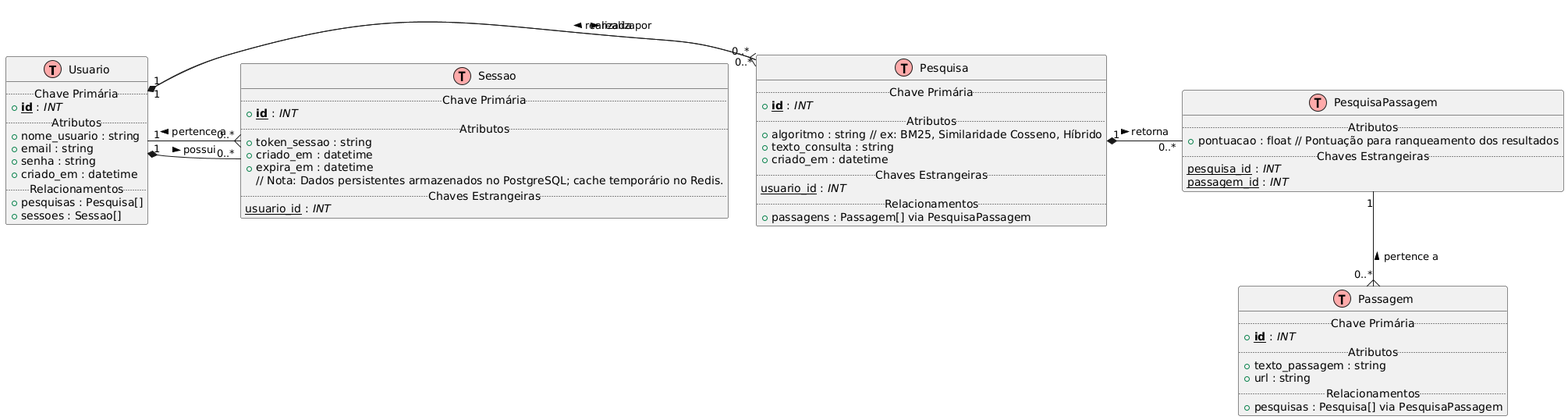
Earlier version of the PlantUML export docs/ER-Diagrama/output/erd.png (lpaulovale/TCC).
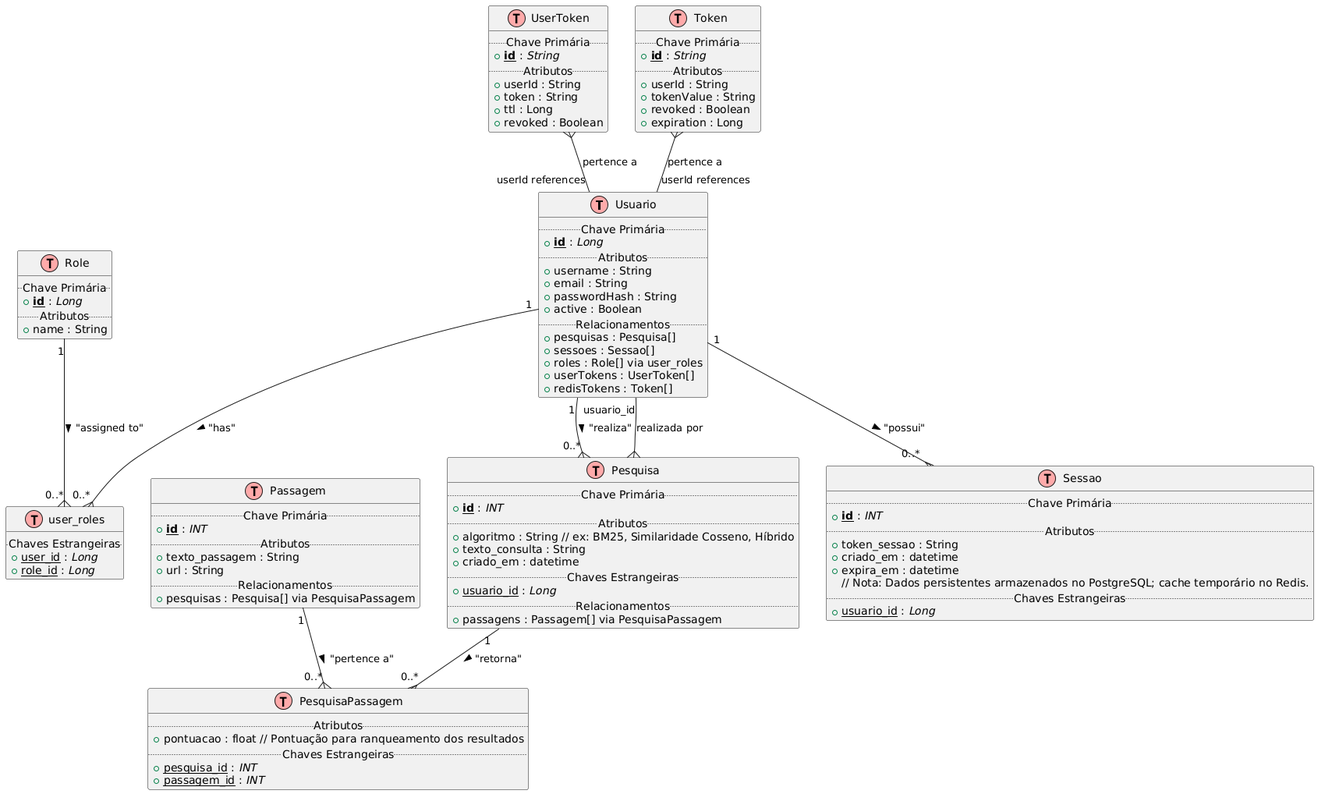
Later version of the same file.

Commit message:
[DOCS FILE] Atualização imagem e código

Change to the diagram source:
```diff
@@ -2,34 +2,73 @@
 !define Table(x) class x << (T,#FFAAAA) >>
 !define PrimaryKey(x, type) <b><u>x</u></b> : <i>type</i>
 !define ForeignKey(x, type) <u>x</u> : <i>type</i>
-!define OneToMany(x) "1" --{ "0..*" x
-!define ManyToOneDirected(x, direction) "0..*" }-direction- "1" x
-!define OneToManyDirected(x, direction) "1" -direction-{ "0..*" x
-!define CompositionOneToMany(x) "1" *-- "0..*" x
-!define CompositionOneToManyDirected(x, direction) "1" *-direction- "0..*" x
+
 
 Table(Usuario) {
   .. Chave Primária ..
-  + PrimaryKey(id, INT)
+  + PrimaryKey(id, Long)
   .. Atributos ..
-  + nome_usuario : string
-  + email : string
-  + senha : string
-  + criado_em : datetime
+  + username : String
+  + email : String
+  + passwordHash : String
+  + active : Boolean
   .. Relacionamentos ..
   + pesquisas : Pesquisa[]
   + sessoes : Sessao[]
+  + roles : Role[] via user_roles
+  + userTokens : UserToken[]
+  + redisTokens : Token[]
 }
+
+Table(Role) {
+  .. Chave Primária ..
+  + PrimaryKey(id, Long)
+  .. Atributos ..
+  + name : String
+}
+
+Table(user_roles) {
+  .. Chaves Estrangeiras ..
+  + ForeignKey(user_id, Long)
+  + ForeignKey(role_id, Long)
+}
+
+Table(UserToken) {
+  .. Chave Primária ..
+  + PrimaryKey(id, String)
+  .. Atributos ..
+  + userId : String
+  + token : String
+  + ttl : Long
+  + revoked : Boolean
+}
+
+Table(Token) {
+  .. Chave Primária ..
+  + PrimaryKey(id, String)
+  .. Atributos ..
+  + userId : String
+  + tokenValue : String
+  + revoked : Boolean
+  + expiration : Long
+}
+
+Usuario "1" --{ "0..*" user_roles : "has" >
+Role "1" --{ "0..*" user_roles : "assigned to" >
+
+UserToken }-- "userId references" Usuario : "pertence a"
+Token }-- "userId references" Usuario : "pertence a"
+
 
 Table(Pesquisa) {
   .. Chave Primária ..
   + PrimaryKey(id, INT)
   .. Atributos ..
-  + algoritmo : string // ex: BM25, Similaridade Cosseno, Híbrido
-  + texto_consulta : string
+  + algoritmo : String // ex: BM25, Similaridade Cosseno, Híbrido
+  + texto_consulta : String
   + criado_em : datetime
   .. Chaves Estrangeiras ..
-  ForeignKey(usuario_id, INT)
+  + ForeignKey(usuario_id, Long)
   .. Relacionamentos ..
   + passagens : Passagem[] via PesquisaPassagem
 }
@@ -38,36 +77,37 @@
   .. Chave Primária ..
   + PrimaryKey(id, INT)
   .. Atributos ..
-  + texto_passagem : string
-  + url : string
+  + texto_passagem : String
+  + url : String
   .. Relacionamentos ..
   + pesquisas : Pesquisa[] via PesquisaPassagem
+}
+
+Table(PesquisaPassagem) {
+  .. Atributos ..
+  + pontuacao : float // Pontuação para ranqueamento dos resultados
+  .. Chaves Estrangeiras ..
+  + ForeignKey(pesquisa_id, INT)
+  + ForeignKey(passagem_id, INT)
 }
 
 Table(Sessao) {
   .. Chave Primária ..
   + PrimaryKey(id, INT)
   .. Atributos ..
-  + token_sessao : string
+  + token_sessao : String
   + criado_em : datetime
   + expira_em : datetime
   // Nota: Dados persistentes armazenados no PostgreSQL; cache temporário no Redis.
   .. Chaves Estrangeiras ..
-  ForeignKey(usuario_id, INT)
+  + ForeignKey(usuario_id, Long)
 }
 
-Table(PesquisaPassagem) {
-  .. Atributos ..
-  + pontuacao : float // Pontuação para ranqueamento dos resultados
-  .. Chaves Estrangeiras ..
-  ForeignKey(pesquisa_id, INT)
-  ForeignKey(passagem_id, INT)
-}
+Usuario "1" --{ "0..*" Pesquisa : "realiza" >
+Usuario "1" --{ "0..*" Sessao : "possui" >
 
-Usuario CompositionOneToManyDirected(Pesquisa, right) : realiza >
-Usuario CompositionOneToManyDirected(Sessao, right) : possui >
-Pesquisa ManyToOneDirected(Usuario, up) : realizada por >
-Pesquisa CompositionOneToManyDirected(PesquisaPassagem, right) : retorna >
-Passagem ManyToOneDirected(PesquisaPassagem, up) : pertence a >
-Sessao ManyToOneDirected(Usuario, up) : pertence a >
+Pesquisa }-- "usuario_id" Usuario : "realizada por"
+
+Pesquisa "1" --{ "0..*" PesquisaPassagem : "retorna" >
+Passagem "1" --{ "0..*" PesquisaPassagem : "pertence a" >
 @enduml
```
